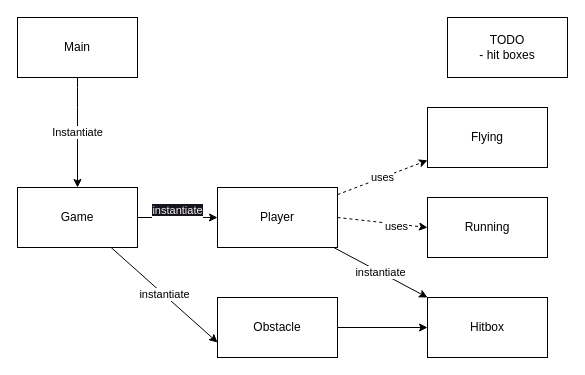
This is diagram.drawio from teko-L-TIN-22-Di-a/jump-dude, a draw.io file, before an edit. Source tidied: cells renumbered, new cells numbered last; positions are measured from the earlier drawing's top-left corner, leaving out a move shared by most shapes. Both pictures are drawn from the tidied source at 100%, with x=0, y=0 at pixel (17, 17).
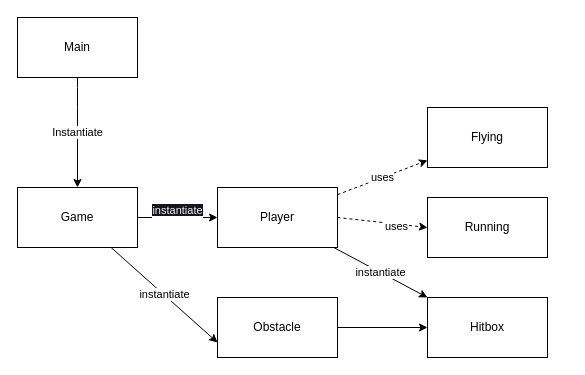
The same diagram, later.

Diff of the diagram source:
```diff
@@
 <mxGraphModel>
   <root>
     <mxCell id="0" />
     <mxCell id="1" parent="0" />
     <mxCell id="2" value="Instantiate" style="edgeStyle=none;html=1;entryX=0.5;entryY=0;entryDx=0;entryDy=0;" parent="1" edge="1" source="3" target="13">
       <mxGeometry relative="1" as="geometry">
         <Array as="points">
           <mxPoint x="60" y="80" />
         </Array>
       </mxGeometry>
     </mxCell>
     <mxCell id="3" value="Main" style="whiteSpace=wrap;html=1;" parent="1" vertex="1">
       <mxGeometry width="120" height="60" as="geometry" />
     </mxCell>
     <mxCell id="4" value="Running" style="whiteSpace=wrap;html=1;" parent="1" vertex="1">
       <mxGeometry x="410" y="180" width="120" height="60" as="geometry" />
     </mxCell>
     <mxCell id="5" value="Flying" style="whiteSpace=wrap;html=1;" parent="1" vertex="1">
       <mxGeometry x="410" y="90" width="120" height="60" as="geometry" />
     </mxCell>
     <mxCell id="6" value="uses" style="edgeStyle=none;html=1;dashed=1;" parent="1" edge="1" source="10" target="5">
       <mxGeometry relative="1" as="geometry" />
     </mxCell>
     <mxCell id="7" style="edgeStyle=none;html=1;exitX=1;exitY=0.5;exitDx=0;exitDy=0;entryX=0;entryY=0.5;entryDx=0;entryDy=0;dashed=1;" parent="1" edge="1" source="10" target="4">
       <mxGeometry relative="1" as="geometry" />
     </mxCell>
     <mxCell id="8" value="uses" style="edgeLabel;html=1;align=center;verticalAlign=middle;" parent="7" vertex="1">
       <mxGeometry x="0.3" y="-2" relative="1" as="geometry" />
     </mxCell>
     <mxCell id="9" value="instantiate" style="edgeStyle=none;html=1;entryX=0;entryY=0;entryDx=0;entryDy=0;" parent="1" edge="1" source="10" target="17">
       <mxGeometry relative="1" as="geometry" />
     </mxCell>
     <mxCell id="10" value="Player" style="whiteSpace=wrap;html=1;" parent="1" vertex="1">
       <mxGeometry x="200" y="170" width="120" height="60" as="geometry" />
     </mxCell>
     <mxCell id="11" value="instantiate" style="edgeStyle=none;html=1;entryX=0;entryY=0.75;entryDx=0;entryDy=0;" parent="1" edge="1" source="13" target="15">
       <mxGeometry relative="1" as="geometry" />
     </mxCell>
     <mxCell id="12" value="&#10;&lt;span style=&quot;color: rgb(240, 240, 240); font-family: Helvetica; font-size: 11px; font-style: normal; font-variant-ligatures: normal; font-variant-caps: normal; font-weight: 400; letter-spacing: normal; orphans: 2; text-align: center; text-indent: 0px; text-transform: none; widows: 2; word-spacing: 0px; -webkit-text-stroke-width: 0px; background-color: rgb(24, 20, 29); text-decoration-thickness: initial; text-decoration-style: initial; text-decoration-color: initial; float: none; display: inline !important;&quot;&gt;instantiate&lt;/span&gt;&#10;&#10;" style="edgeStyle=none;html=1;entryX=0;entryY=0.5;entryDx=0;entryDy=0;" parent="1" edge="1" source="13" target="10">
       <mxGeometry relative="1" as="geometry" />
     </mxCell>
     <mxCell id="13" value="Game" style="whiteSpace=wrap;html=1;" parent="1" vertex="1">
       <mxGeometry y="170" width="120" height="60" as="geometry" />
     </mxCell>
     <mxCell id="14" style="edgeStyle=none;html=1;entryX=0;entryY=0.5;entryDx=0;entryDy=0;" parent="1" edge="1" source="15" target="17">
       <mxGeometry relative="1" as="geometry" />
     </mxCell>
     <mxCell id="15" value="Obstacle" style="whiteSpace=wrap;html=1;" parent="1" vertex="1">
       <mxGeometry x="200" y="280" width="120" height="60" as="geometry" />
     </mxCell>
-    <mxCell id="16" value="TODO&lt;br&gt;- hit boxes" style="whiteSpace=wrap;html=1;" parent="1" vertex="1">
-      <mxGeometry x="430" width="120" height="60" as="geometry" />
-    </mxCell>
     <mxCell id="17" value="Hitbox" style="whiteSpace=wrap;html=1;" parent="1" vertex="1">
       <mxGeometry x="410" y="280" width="120" height="60" as="geometry" />
     </mxCell>
   </root>
 </mxGraphModel>
```
